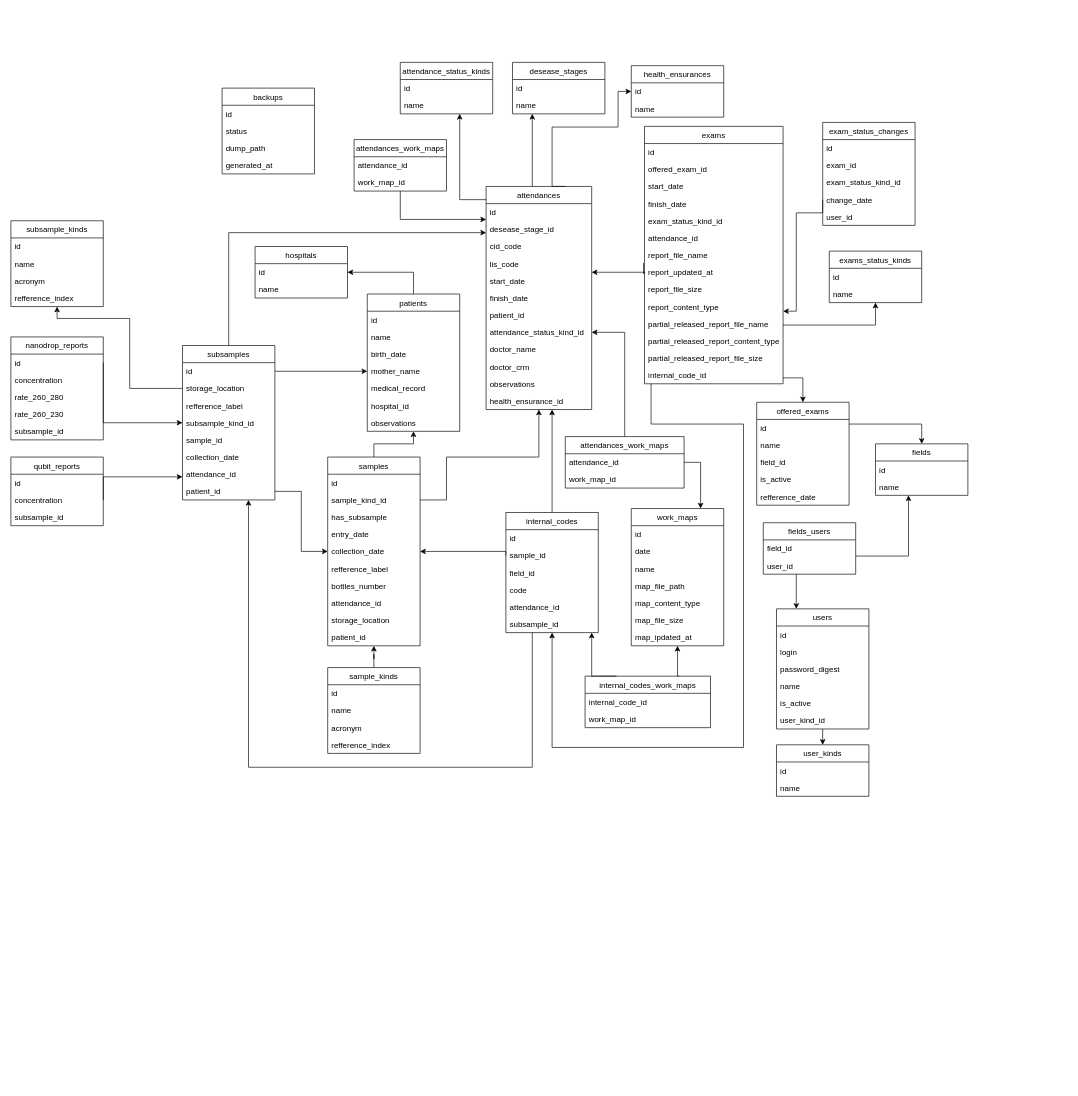
Before: database.drawio in joaofelipe1294/genomico, a draw.io diagram. Source tidied: cells renumbered, new cells numbered last; positions are measured from the earlier drawing's top-left corner, leaving out a move shared by most shapes. Both pictures are drawn from the tidied source at 66%, with x=0, y=0 at pixel (11, 62).
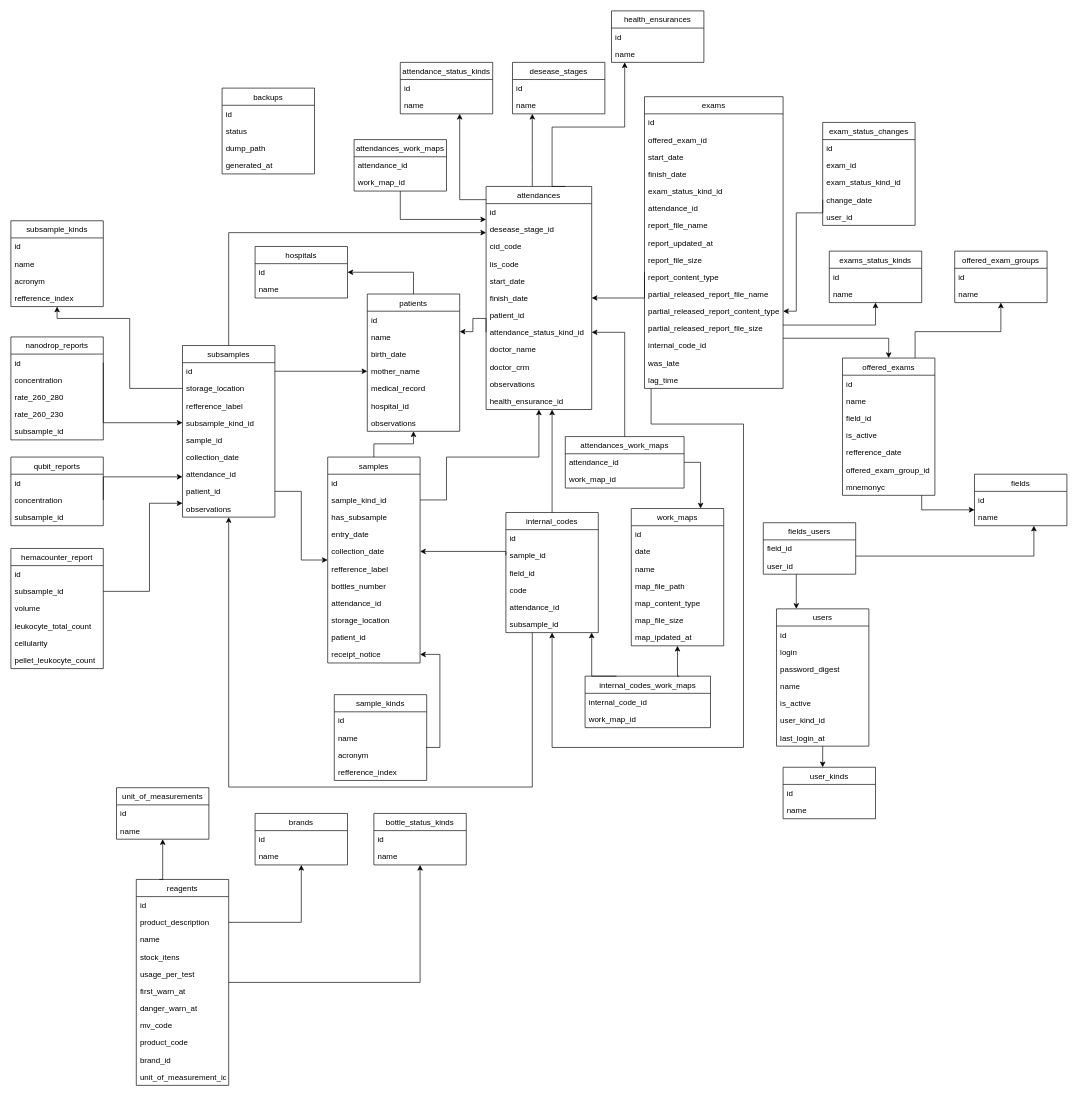
Above is the later version.

Commit message:
Atualizado esquema do banco de dados.

The change refers to these unchanged cells:
```xml
<mxCell id="8" value="attendances" style="swimlane;fontStyle=0;horizontal=1;startSize=26;fillColor=none;" parent="1" vertex="1">
  <mxGeometry x="720" y="188" width="160" height="338" as="geometry" />
</mxCell>
<mxCell id="16" value="attendance_status_kind_id" style="text;strokeColor=none;fillColor=none;align=left;verticalAlign=top;spacingLeft=4;spacingRight=4;overflow=hidden;points=[[0,0.5],[1,0.5]];portConstraint=eastwest;" parent="8" vertex="1">
  <mxGeometry y="208" width="160" height="26" as="geometry" />
</mxCell>
<mxCell id="51" value="report_updated_at" style="text;strokeColor=none;fillColor=none;align=left;verticalAlign=top;spacingLeft=4;spacingRight=4;overflow=hidden;points=[[0,0.5],[1,0.5]];portConstraint=eastwest;" parent="43" vertex="1">
  <mxGeometry y="208" width="210" height="26" as="geometry" />
</mxCell>
<mxCell id="63" value="fields_users" style="swimlane;fontStyle=0;horizontal=1;startSize=26;fillColor=none;" parent="1" vertex="1">
  <mxGeometry x="1140" y="697.5" width="140" height="78" as="geometry" />
</mxCell>
<mxCell id="73" value="internal_codes" style="swimlane;fontStyle=0;horizontal=1;startSize=26;fillColor=none;" parent="1" vertex="1">
  <mxGeometry x="750" y="682" width="140" height="182" as="geometry" />
</mxCell>
<mxCell id="95" value="patients" style="swimlane;fontStyle=0;horizontal=1;startSize=26;fillColor=none;" parent="1" vertex="1">
  <mxGeometry x="540" y="351" width="140" height="208" as="geometry" />
</mxCell>
<mxCell id="111" value="acronym" style="text;strokeColor=none;fillColor=none;align=left;verticalAlign=top;spacingLeft=4;spacingRight=4;overflow=hidden;points=[[0,0.5],[1,0.5]];portConstraint=eastwest;" parent="108" vertex="1">
  <mxGeometry y="78" width="140" height="26" as="geometry" />
</mxCell>
```

Diff of the diagram source:
```diff
@@
     <mxCell id="7" style="edgeStyle=orthogonalEdgeStyle;rounded=0;jettySize=auto;html=1;exitX=0.75;exitY=0;exitDx=0;exitDy=0;" parent="1" edge="1" source="8" target="66">
       <mxGeometry relative="1" as="geometry">
         <Array as="points">
           <mxPoint x="820" y="188" />
           <mxPoint x="820" y="98" />
-          <mxPoint x="920" y="98" />
-          <mxPoint x="920" y="44" />
+          <mxPoint x="930" y="98" />
         </Array>
       </mxGeometry>
     </mxCell>
@@
     <mxCell id="43" value="exams" style="swimlane;fontStyle=0;horizontal=1;startSize=26;fillColor=none;" parent="1" vertex="1">
-      <mxGeometry x="960" y="97" width="210" height="390" as="geometry" />
+      <mxGeometry x="960" y="52" width="210" height="442" as="geometry" />
     </mxCell>
@@
+    <mxCell id="181" value="was_late" style="text;strokeColor=none;fillColor=none;align=left;verticalAlign=top;spacingLeft=4;spacingRight=4;overflow=hidden;" parent="43" vertex="1">
+      <mxGeometry y="390" width="210" height="26" as="geometry" />
+    </mxCell>
+    <mxCell id="182" value="lag_time" style="text;strokeColor=none;fillColor=none;align=left;verticalAlign=top;spacingLeft=4;spacingRight=4;overflow=hidden;" parent="43" vertex="1">
+      <mxGeometry y="416" width="210" height="26" as="geometry" />
+    </mxCell>
@@
     <mxCell id="59" value="fields" style="swimlane;fontStyle=0;horizontal=1;startSize=26;fillColor=none;" parent="1" vertex="1">
-      <mxGeometry x="1310" y="578" width="140" height="78" as="geometry" />
+      <mxGeometry x="1460" y="624" width="140" height="78" as="geometry" />
     </mxCell>
@@
     <mxCell id="66" value="health_ensurances" style="swimlane;fontStyle=0;horizontal=1;startSize=26;fillColor=none;" parent="1" vertex="1">
-      <mxGeometry x="940" y="5" width="140" height="78" as="geometry" />
+      <mxGeometry x="910" y="-78" width="140" height="78" as="geometry" />
     </mxCell>
@@
+    <mxCell id="183" style="edgeStyle=orthogonalEdgeStyle;rounded=0;jettySize=auto;html=1;" parent="1" edge="1" source="86" target="204">
+      <mxGeometry relative="1" as="geometry">
+        <Array as="points">
+          <mxPoint x="1370" y="408" />
+          <mxPoint x="1500" y="408" />
+        </Array>
+      </mxGeometry>
+    </mxCell>
     <mxCell id="86" value="offered_exams" style="swimlane;fontStyle=0;horizontal=1;startSize=26;fillColor=none;" parent="1" vertex="1">
-      <mxGeometry x="1130" y="515" width="140" height="156" as="geometry" />
+      <mxGeometry x="1260" y="448" width="140" height="208" as="geometry" />
     </mxCell>
@@
+    <mxCell id="184" value="offered_exam_group_id" style="text;strokeColor=none;fillColor=none;align=left;verticalAlign=top;spacingLeft=4;spacingRight=4;overflow=hidden;" parent="86" vertex="1">
+      <mxGeometry y="156" width="140" height="26" as="geometry" />
+    </mxCell>
+    <mxCell id="185" value="mnemonyc" style="text;strokeColor=none;fillColor=none;align=left;verticalAlign=top;spacingLeft=4;spacingRight=4;overflow=hidden;" parent="86" vertex="1">
+      <mxGeometry y="182" width="140" height="26" as="geometry" />
+    </mxCell>
     <mxCell id="92" style="edgeStyle=orthogonalEdgeStyle;rounded=0;jettySize=auto;html=1;" parent="1" edge="1" source="86" target="59">
       <mxGeometry relative="1" as="geometry">
         <Array as="points">
-          <mxPoint x="1380" y="548" />
+          <mxPoint x="1380" y="678" />
         </Array>
       </mxGeometry>
     </mxCell>
     <mxCell id="93" style="edgeStyle=orthogonalEdgeStyle;rounded=0;jettySize=auto;html=1;entryX=0.5;entryY=0;entryDx=0;entryDy=0;" parent="1" edge="1" source="43" target="86">
       <mxGeometry relative="1" as="geometry">
         <Array as="points">
-          <mxPoint x="1070" y="478" />
-          <mxPoint x="1200" y="478" />
+          <mxPoint x="1330" y="418" />
         </Array>
       </mxGeometry>
     </mxCell>
@@
-    <mxCell id="107" style="edgeStyle=orthogonalEdgeStyle;rounded=0;jettySize=auto;html=1;exitX=0.5;exitY=0;exitDx=0;exitDy=0;" parent="1" edge="1" source="108" target="114">
-      <mxGeometry relative="1" as="geometry" />
+    <mxCell id="107" style="edgeStyle=orthogonalEdgeStyle;rounded=0;jettySize=auto;html=1;exitX=0.993;exitY=0.077;exitDx=0;exitDy=0;exitPerimeter=0;" parent="1" edge="1" source="111" target="114">
+      <mxGeometry relative="1" as="geometry">
+        <Array as="points">
+          <mxPoint x="650" y="1038" />
+          <mxPoint x="650" y="897" />
+        </Array>
+      </mxGeometry>
     </mxCell>
     <mxCell id="108" value="sample_kinds" style="swimlane;fontStyle=0;horizontal=1;startSize=26;fillColor=none;" parent="1" vertex="1">
-      <mxGeometry x="480" y="917" width="140" height="130" as="geometry" />
+      <mxGeometry x="490" y="958" width="140" height="130" as="geometry" />
     </mxCell>
@@
     <mxCell id="114" value="samples" style="swimlane;fontStyle=0;horizontal=1;startSize=26;fillColor=none;" parent="1" vertex="1">
-      <mxGeometry x="480" y="598" width="140" height="286" as="geometry" />
+      <mxGeometry x="480" y="598" width="140" height="312" as="geometry" />
     </mxCell>
@@
+    <mxCell id="186" value="receipt_notice" style="text;strokeColor=none;fillColor=none;align=left;verticalAlign=top;spacingLeft=4;spacingRight=4;overflow=hidden;" parent="114" vertex="1">
+      <mxGeometry y="286" width="140" height="26" as="geometry" />
+    </mxCell>
@@
     <mxCell id="131" value="subsamples" style="swimlane;fontStyle=0;horizontal=1;startSize=26;fillColor=none;" parent="1" vertex="1">
-      <mxGeometry x="260" y="429" width="140" height="234" as="geometry" />
+      <mxGeometry x="260" y="429" width="140" height="260" as="geometry" />
     </mxCell>
@@
+    <mxCell id="187" value="observations" style="text;strokeColor=none;fillColor=none;align=left;verticalAlign=top;spacingLeft=4;spacingRight=4;overflow=hidden;" parent="131" vertex="1">
+      <mxGeometry y="234" width="140" height="26" as="geometry" />
+    </mxCell>
     <mxCell id="140" value="user_kinds" style="swimlane;fontStyle=0;horizontal=1;startSize=26;fillColor=none;" parent="1" vertex="1">
-      <mxGeometry x="1160" y="1034" width="140" height="78" as="geometry" />
+      <mxGeometry x="1170" y="1068" width="140" height="78" as="geometry" />
     </mxCell>
@@
     <mxCell id="143" value="users" style="swimlane;fontStyle=0;horizontal=1;startSize=26;fillColor=none;" parent="1" vertex="1">
-      <mxGeometry x="1160" y="828" width="140" height="182" as="geometry" />
+      <mxGeometry x="1160" y="828" width="140" height="208" as="geometry" />
     </mxCell>
@@
+    <mxCell id="188" value="last_login_at" style="text;strokeColor=none;fillColor=none;align=left;verticalAlign=top;spacingLeft=4;spacingRight=4;overflow=hidden;" parent="143" vertex="1">
+      <mxGeometry y="182" width="140" height="26" as="geometry" />
+    </mxCell>
@@
     <mxCell id="159" style="edgeStyle=orthogonalEdgeStyle;rounded=0;jettySize=auto;html=1;" parent="1" edge="1" source="63" target="59">
       <mxGeometry relative="1" as="geometry">
         <Array as="points">
-          <mxPoint x="1360" y="748" />
+          <mxPoint x="1550" y="748" />
         </Array>
       </mxGeometry>
     </mxCell>
@@
     <mxCell id="168" style="edgeStyle=orthogonalEdgeStyle;rounded=0;jettySize=auto;html=1;" parent="1" edge="1" source="73" target="131">
       <mxGeometry relative="1" as="geometry">
         <Array as="points">
-          <mxPoint x="790" y="1068" />
-          <mxPoint x="360" y="1068" />
+          <mxPoint x="790" y="1098" />
+          <mxPoint x="330" y="1098" />
         </Array>
       </mxGeometry>
     </mxCell>
@@
-    <mxCell id="170" style="edgeStyle=orthogonalEdgeStyle;rounded=0;jettySize=auto;html=1;exitX=-0.007;exitY=-0.038;exitDx=0;exitDy=0;exitPerimeter=0;" parent="1" edge="1" source="51" target="8">
+    <mxCell id="170" style="edgeStyle=orthogonalEdgeStyle;rounded=0;jettySize=auto;html=1;" parent="1" edge="1" target="8">
       <mxGeometry relative="1" as="geometry">
+        <mxPoint x="960" y="318" as="sourcePoint" />
         <Array as="points">
-          <mxPoint x="960" y="320" />
-          <mxPoint x="960" y="318" />
+          <mxPoint x="960" y="357" />
         </Array>
       </mxGeometry>
     </mxCell>
@@
+    <mxCell id="189" value="bottle_status_kinds" style="swimlane;fontStyle=0;horizontal=1;startSize=26;fillColor=none;" parent="1" vertex="1">
+      <mxGeometry x="550" y="1138" width="140" height="78" as="geometry" />
+    </mxCell>
+    <mxCell id="190" value="id" style="text;strokeColor=none;fillColor=none;align=left;verticalAlign=top;spacingLeft=4;spacingRight=4;overflow=hidden;" parent="189" vertex="1">
+      <mxGeometry y="26" width="140" height="26" as="geometry" />
+    </mxCell>
+    <mxCell id="191" value="name" style="text;strokeColor=none;fillColor=none;align=left;verticalAlign=top;spacingLeft=4;spacingRight=4;overflow=hidden;" parent="189" vertex="1">
+      <mxGeometry y="52" width="140" height="26" as="geometry" />
+    </mxCell>
+    <mxCell id="192" value="brands" style="swimlane;fontStyle=0;horizontal=1;startSize=26;fillColor=none;" parent="1" vertex="1">
+      <mxGeometry x="370" y="1138" width="140" height="78" as="geometry" />
+    </mxCell>
+    <mxCell id="193" value="id" style="text;strokeColor=none;fillColor=none;align=left;verticalAlign=top;spacingLeft=4;spacingRight=4;overflow=hidden;" parent="192" vertex="1">
+      <mxGeometry y="26" width="140" height="26" as="geometry" />
+    </mxCell>
+    <mxCell id="194" value="name" style="text;strokeColor=none;fillColor=none;align=left;verticalAlign=top;spacingLeft=4;spacingRight=4;overflow=hidden;" parent="192" vertex="1">
+      <mxGeometry y="52" width="140" height="26" as="geometry" />
+    </mxCell>
+    <mxCell id="195" value="hemacounter_report" style="swimlane;fontStyle=0;horizontal=1;startSize=26;fillColor=none;" parent="1" vertex="1">
+      <mxGeometry y="736.5" width="140" height="182" as="geometry" />
+    </mxCell>
+    <mxCell id="196" value="id" style="text;strokeColor=none;fillColor=none;align=left;verticalAlign=top;spacingLeft=4;spacingRight=4;overflow=hidden;" parent="195" vertex="1">
+      <mxGeometry y="26" width="140" height="26" as="geometry" />
+    </mxCell>
+    <mxCell id="197" value="subsample_id" style="text;strokeColor=none;fillColor=none;align=left;verticalAlign=top;spacingLeft=4;spacingRight=4;overflow=hidden;points=[[0,0.5],[1,0.5]];portConstraint=eastwest;" parent="195" vertex="1">
+      <mxGeometry y="52" width="140" height="26" as="geometry" />
+    </mxCell>
+    <mxCell id="198" value="volume" style="text;strokeColor=none;fillColor=none;align=left;verticalAlign=top;spacingLeft=4;spacingRight=4;overflow=hidden;" parent="195" vertex="1">
+      <mxGeometry y="78" width="140" height="26" as="geometry" />
+    </mxCell>
+    <mxCell id="199" value="leukocyte_total_count" style="text;strokeColor=none;fillColor=none;align=left;verticalAlign=top;spacingLeft=4;spacingRight=4;overflow=hidden;" parent="195" vertex="1">
+      <mxGeometry y="104" width="140" height="26" as="geometry" />
+    </mxCell>
+    <mxCell id="200" value="cellularity" style="text;strokeColor=none;fillColor=none;align=left;verticalAlign=top;spacingLeft=4;spacingRight=4;overflow=hidden;" parent="195" vertex="1">
+      <mxGeometry y="130" width="140" height="26" as="geometry" />
+    </mxCell>
+    <mxCell id="201" value="pellet_leukocyte_count" style="text;strokeColor=none;fillColor=none;align=left;verticalAlign=top;spacingLeft=4;spacingRight=4;overflow=hidden;" parent="195" vertex="1">
+      <mxGeometry y="156" width="140" height="26" as="geometry" />
+    </mxCell>
+    <mxCell id="202" style="edgeStyle=orthogonalEdgeStyle;rounded=0;jettySize=auto;html=1;exitX=1;exitY=0.5;exitDx=0;exitDy=0;" parent="1" edge="1" source="197" target="131">
+      <mxGeometry relative="1" as="geometry">
+        <Array as="points">
+          <mxPoint x="210" y="802" />
+          <mxPoint x="210" y="668" />
+        </Array>
+      </mxGeometry>
+    </mxCell>
+    <mxCell id="203" style="edgeStyle=orthogonalEdgeStyle;rounded=0;jettySize=auto;html=1;exitX=0;exitY=0.5;exitDx=0;exitDy=0;" parent="1" edge="1" source="16" target="95">
+      <mxGeometry relative="1" as="geometry">
+        <Array as="points">
+          <mxPoint x="720" y="388" />
+          <mxPoint x="700" y="388" />
+          <mxPoint x="700" y="408" />
+        </Array>
+      </mxGeometry>
+    </mxCell>
+    <mxCell id="204" value="offered_exam_groups" style="swimlane;fontStyle=0;horizontal=1;startSize=26;fillColor=none;" parent="1" vertex="1">
+      <mxGeometry x="1430" y="286" width="140" height="78" as="geometry" />
+    </mxCell>
+    <mxCell id="205" value="id" style="text;strokeColor=none;fillColor=none;align=left;verticalAlign=top;spacingLeft=4;spacingRight=4;overflow=hidden;" parent="204" vertex="1">
+      <mxGeometry y="26" width="140" height="26" as="geometry" />
+    </mxCell>
+    <mxCell id="206" value="name" style="text;strokeColor=none;fillColor=none;align=left;verticalAlign=top;spacingLeft=4;spacingRight=4;overflow=hidden;" parent="204" vertex="1">
+      <mxGeometry y="52" width="140" height="26" as="geometry" />
+    </mxCell>
+    <mxCell id="207" style="edgeStyle=orthogonalEdgeStyle;rounded=0;jettySize=auto;html=1;" parent="1" edge="1" source="209" target="189">
+      <mxGeometry relative="1" as="geometry" />
+    </mxCell>
+    <mxCell id="208" style="edgeStyle=orthogonalEdgeStyle;rounded=0;jettySize=auto;html=1;exitX=0.25;exitY=0;exitDx=0;exitDy=0;" parent="1" edge="1" source="209" target="222">
+      <mxGeometry relative="1" as="geometry">
+        <Array as="points">
+          <mxPoint x="230" y="1238" />
+        </Array>
+      </mxGeometry>
+    </mxCell>
+    <mxCell id="209" value="reagents" style="swimlane;fontStyle=0;horizontal=1;startSize=26;fillColor=none;" parent="1" vertex="1">
+      <mxGeometry x="190" y="1238" width="140" height="312" as="geometry" />
+    </mxCell>
+    <mxCell id="210" value="id" style="text;strokeColor=none;fillColor=none;align=left;verticalAlign=top;spacingLeft=4;spacingRight=4;overflow=hidden;" parent="209" vertex="1">
+      <mxGeometry y="26" width="140" height="26" as="geometry" />
+    </mxCell>
+    <mxCell id="211" value="product_description" style="text;strokeColor=none;fillColor=none;align=left;verticalAlign=top;spacingLeft=4;spacingRight=4;overflow=hidden;points=[[0,0.5],[1,0.5]];portConstraint=eastwest;" parent="209" vertex="1">
+      <mxGeometry y="52" width="140" height="26" as="geometry" />
+    </mxCell>
+    <mxCell id="212" value="name" style="text;strokeColor=none;fillColor=none;align=left;verticalAlign=top;spacingLeft=4;spacingRight=4;overflow=hidden;" parent="209" vertex="1">
+      <mxGeometry y="78" width="140" height="26" as="geometry" />
+    </mxCell>
+    <mxCell id="213" value="stock_itens" style="text;strokeColor=none;fillColor=none;align=left;verticalAlign=top;spacingLeft=4;spacingRight=4;overflow=hidden;" parent="209" vertex="1">
+      <mxGeometry y="104" width="140" height="26" as="geometry" />
+    </mxCell>
+    <mxCell id="214" value="usage_per_test" style="text;strokeColor=none;fillColor=none;align=left;verticalAlign=top;spacingLeft=4;spacingRight=4;overflow=hidden;" parent="209" vertex="1">
+      <mxGeometry y="130" width="140" height="26" as="geometry" />
+    </mxCell>
+    <mxCell id="215" value="first_warn_at" style="text;strokeColor=none;fillColor=none;align=left;verticalAlign=top;spacingLeft=4;spacingRight=4;overflow=hidden;" parent="209" vertex="1">
+      <mxGeometry y="156" width="140" height="26" as="geometry" />
+    </mxCell>
+    <mxCell id="216" value="danger_warn_at" style="text;strokeColor=none;fillColor=none;align=left;verticalAlign=top;spacingLeft=4;spacingRight=4;overflow=hidden;" parent="209" vertex="1">
+      <mxGeometry y="182" width="140" height="26" as="geometry" />
+    </mxCell>
+    <mxCell id="217" value="mv_code" style="text;strokeColor=none;fillColor=none;align=left;verticalAlign=top;spacingLeft=4;spacingRight=4;overflow=hidden;" parent="209" vertex="1">
+      <mxGeometry y="208" width="140" height="26" as="geometry" />
+    </mxCell>
+    <mxCell id="218" value="product_code" style="text;strokeColor=none;fillColor=none;align=left;verticalAlign=top;spacingLeft=4;spacingRight=4;overflow=hidden;" parent="209" vertex="1">
+      <mxGeometry y="234" width="140" height="26" as="geometry" />
+    </mxCell>
+    <mxCell id="219" value="brand_id" style="text;strokeColor=none;fillColor=none;align=left;verticalAlign=top;spacingLeft=4;spacingRight=4;overflow=hidden;" parent="209" vertex="1">
+      <mxGeometry y="260" width="140" height="26" as="geometry" />
+    </mxCell>
+    <mxCell id="220" value="unit_of_measurement_id" style="text;strokeColor=none;fillColor=none;align=left;verticalAlign=top;spacingLeft=4;spacingRight=4;overflow=hidden;" parent="209" vertex="1">
+      <mxGeometry y="286" width="140" height="26" as="geometry" />
+    </mxCell>
+    <mxCell id="221" style="edgeStyle=orthogonalEdgeStyle;rounded=0;jettySize=auto;html=1;" parent="1" edge="1" source="211" target="192">
+      <mxGeometry relative="1" as="geometry" />
+    </mxCell>
+    <mxCell id="222" value="unit_of_measurements" style="swimlane;fontStyle=0;horizontal=1;startSize=26;fillColor=none;" parent="1" vertex="1">
+      <mxGeometry x="160" y="1099" width="140" height="78" as="geometry" />
+    </mxCell>
+    <mxCell id="223" value="id" style="text;strokeColor=none;fillColor=none;align=left;verticalAlign=top;spacingLeft=4;spacingRight=4;overflow=hidden;" parent="222" vertex="1">
+      <mxGeometry y="26" width="140" height="26" as="geometry" />
+    </mxCell>
+    <mxCell id="224" value="name" style="text;strokeColor=none;fillColor=none;align=left;verticalAlign=top;spacingLeft=4;spacingRight=4;overflow=hidden;" parent="222" vertex="1">
+      <mxGeometry y="52" width="140" height="26" as="geometry" />
+    </mxCell>
```
